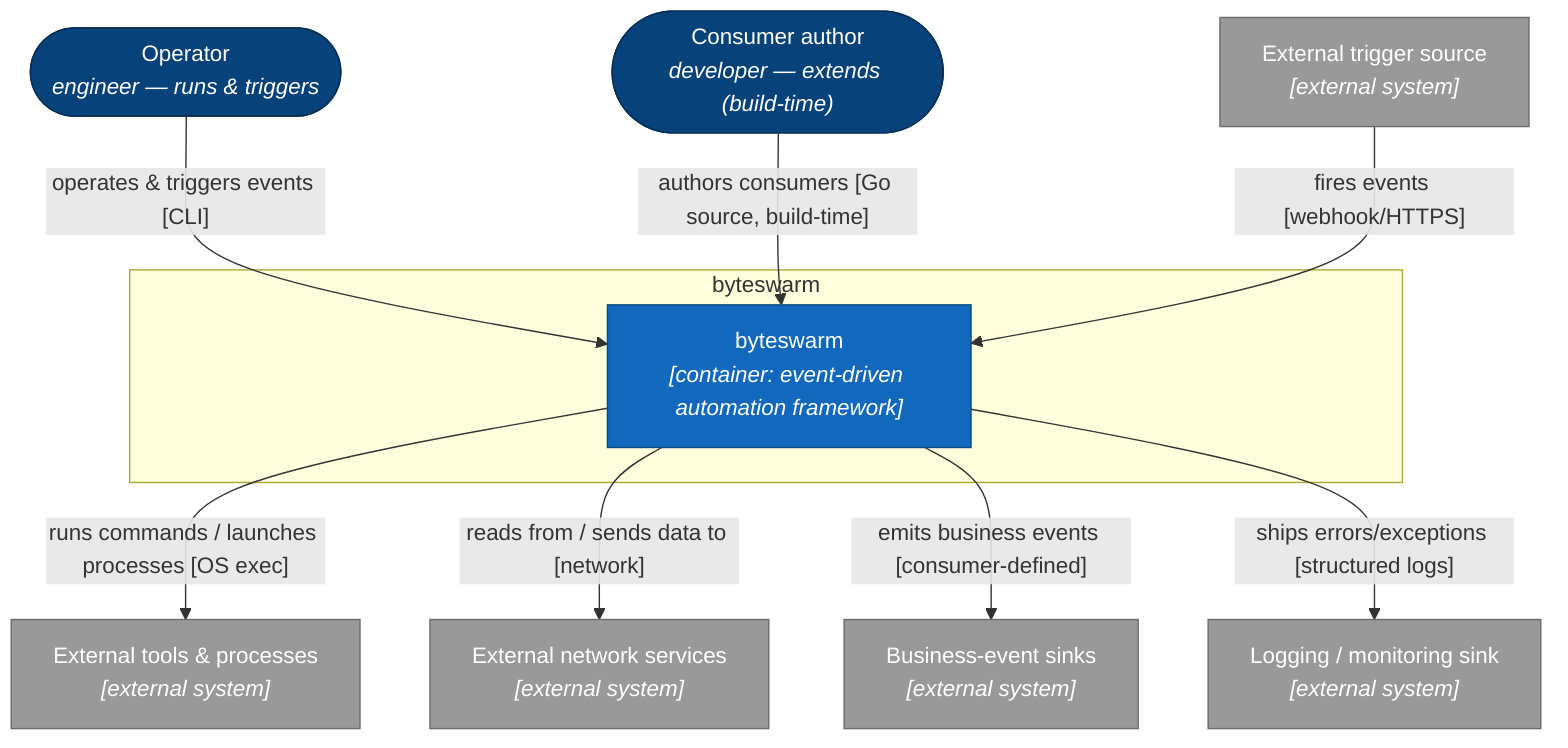
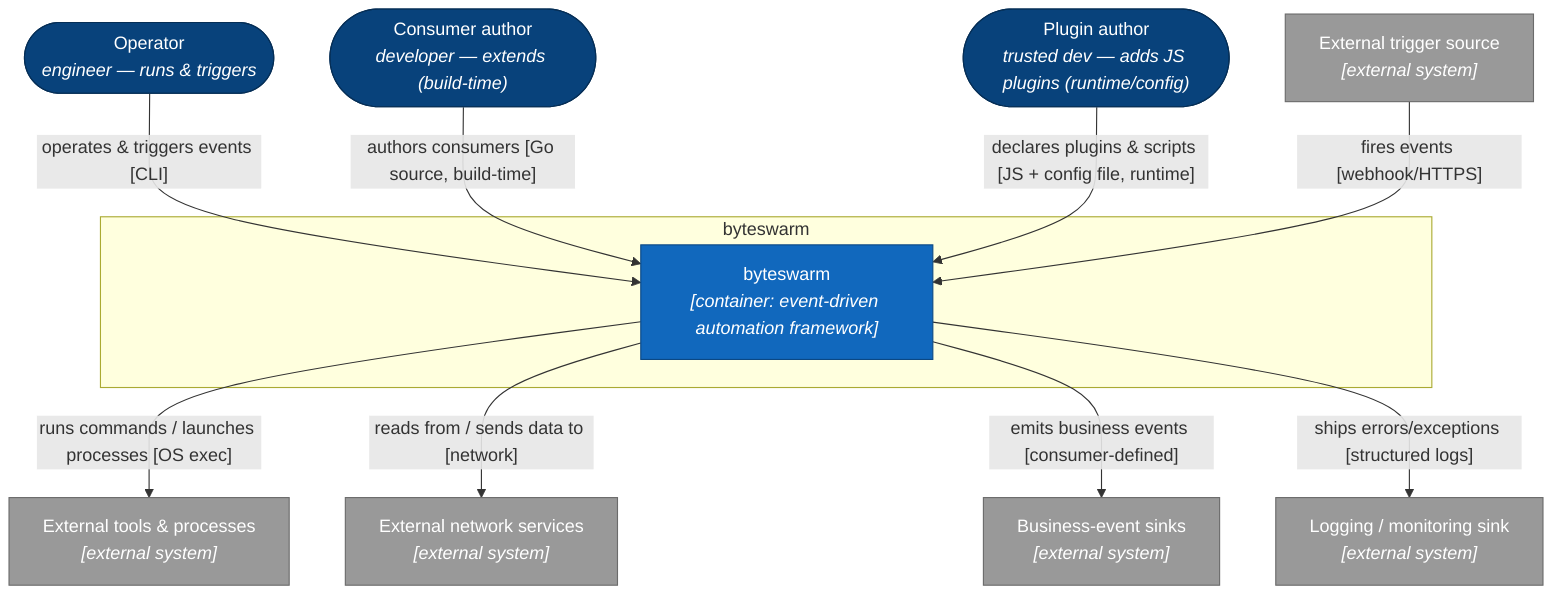
%% C4 L1 — System Context diagram for byteswarm
%% Source of truth: docs/adr/ + docs/architecture-brief.md — regenerate via /c4-designer, do not hand-edit
%% Generated: 2026-07-10
flowchart TB
    operator(["Operator<br/><i>engineer — runs & triggers</i>"])
    author(["Consumer author<br/><i>developer — extends (build-time)</i>"])
+     pauthor(["Plugin author<br/><i>trusted dev — adds JS plugins (runtime/config)</i>"])

    subgraph sys [byteswarm]
        bw["byteswarm<br/><i>[container: event-driven automation framework]</i>"]
    end

    trigger["External trigger source<br/><i>[external system]</i>"]
    tools["External tools & processes<br/><i>[external system]</i>"]
    netsvc["External network services<br/><i>[external system]</i>"]
    sinks["Business-event sinks<br/><i>[external system]</i>"]
    logsink["Logging / monitoring sink<br/><i>[external system]</i>"]

    operator -->|"operates & triggers events [CLI]"| bw
    author -->|"authors consumers [Go source, build-time]"| bw
+     pauthor -->|"declares plugins & scripts [JS + config file, runtime]"| bw
    trigger -->|"fires events [webhook/HTTPS]"| bw
    bw -->|"runs commands / launches processes [OS exec]"| tools
    bw -->|"reads from / sends data to [network]"| netsvc
    bw -->|"emits business events [consumer-defined]"| sinks
    bw -->|"ships errors/exceptions [structured logs]"| logsink

    classDef person    fill:#08427b,stroke:#052e56,color:#ffffff
    classDef internal  fill:#1168bd,stroke:#0b4884,color:#ffffff
    classDef external  fill:#999999,stroke:#6b6b6b,color:#ffffff
    classDef datastore fill:#438dd5,stroke:#2e6295,color:#ffffff
    classDef component fill:#85bbf0,stroke:#5d82a8,color:#000000
-     class operator,author person
+     class operator,author,pauthor person
    class bw internal
    class trigger,tools,netsvc,sinks,logsink external
